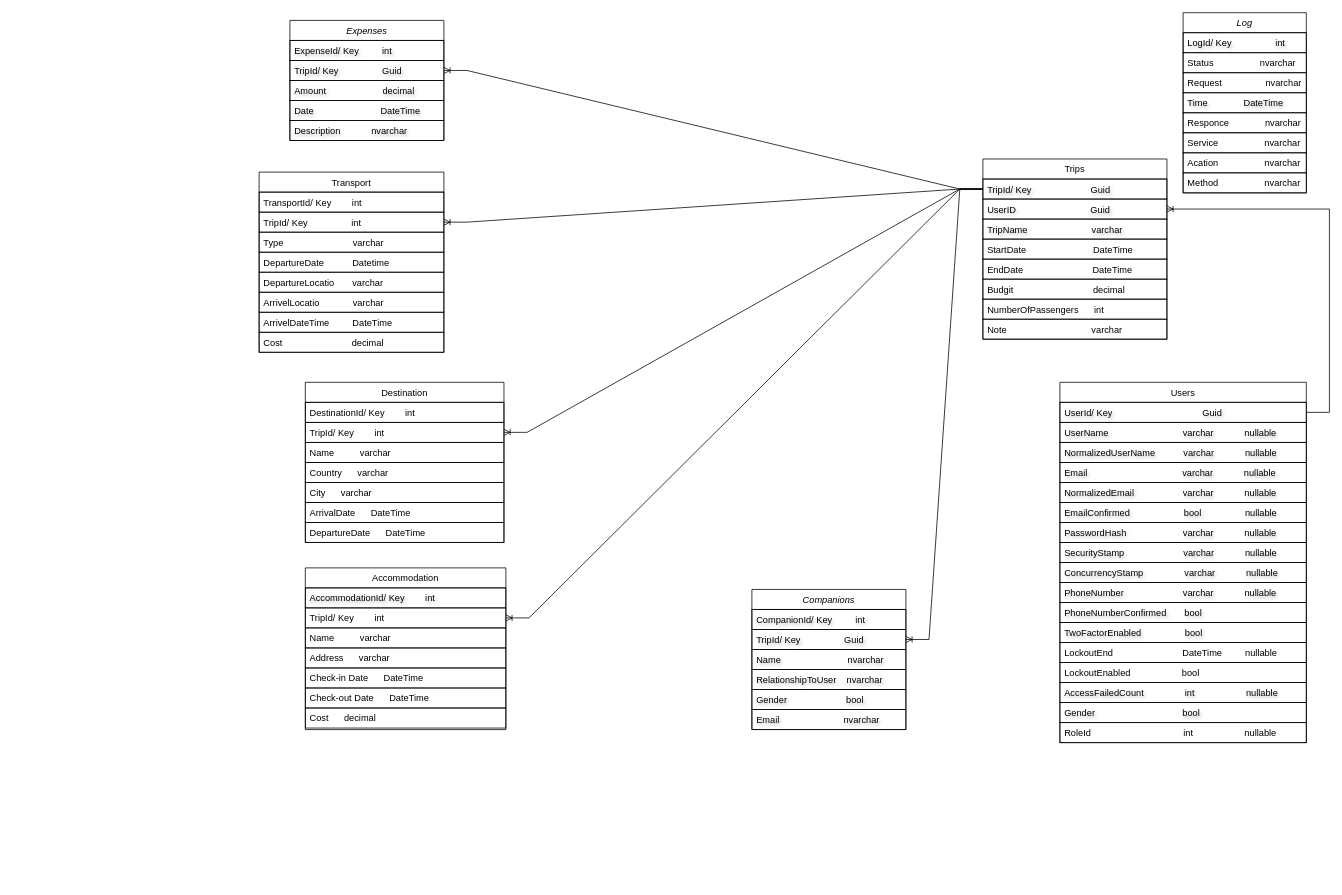
Before: ERD_FlightHelper.drawio in EthAlenazi/Flight_Helper, a draw.io diagram. Source tidied: cells renumbered, new cells numbered last; positions are measured from the earlier drawing's top-left corner, leaving out a move shared by most shapes. Both pictures are drawn from the tidied source at 77%, with x=0, y=0 at pixel (259, 12).
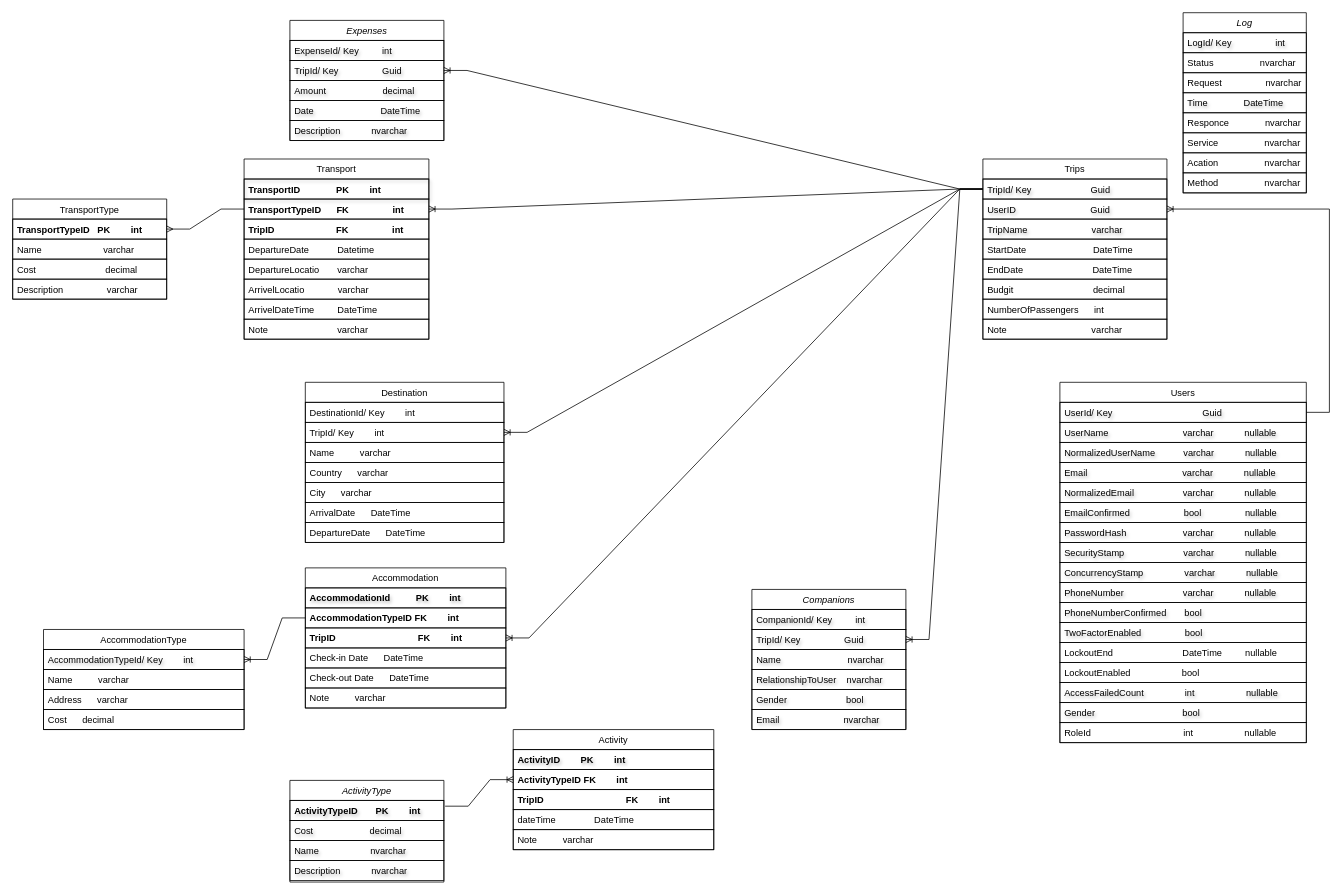
The same diagram, later.

Change to the diagram source:
```diff
@@
     <mxCell id="46" value="Accommodation" style="swimlane;fontStyle=0;align=center;verticalAlign=top;horizontal=1;startSize=26;rounded=0;shadow=0;strokeWidth=1;" parent="1" vertex="1">
-      <mxGeometry x="60" y="721" width="260.5" height="210" as="geometry" />
+      <mxGeometry x="60" y="721" width="260.5" height="182" as="geometry" />
     </mxCell>
-    <mxCell id="47" value="AccommodationId/ Key        int" style="text;align=left;verticalAlign=top;spacingLeft=4;spacingRight=4;overflow=hidden;strokeColor=default;textShadow=1;" parent="46" vertex="1">
+    <mxCell id="47" value="AccommodationId          PK        int" style="text;align=left;verticalAlign=top;spacingLeft=4;spacingRight=4;overflow=hidden;strokeColor=default;textShadow=1;fontStyle=1;" parent="46" vertex="1">
       <mxGeometry y="26" width="260.5" height="26" as="geometry" />
     </mxCell>
+    <mxCell id="82" value="AccommodationTypeID FK        int" style="text;align=left;verticalAlign=top;spacingLeft=4;spacingRight=4;overflow=hidden;points=[[0,0.5],[1,0.5]];portConstraint=eastwest;strokeColor=default;fontStyle=1;" parent="46" vertex="1">
+      <mxGeometry y="52" width="260.5" height="26" as="geometry" />
+    </mxCell>
-    <mxCell id="48" value="TripId/ Key        int" style="text;align=left;verticalAlign=top;spacingLeft=4;spacingRight=4;overflow=hidden;points=[[0,0.5],[1,0.5]];portConstraint=eastwest;strokeColor=default;" parent="46" vertex="1">
-      <mxGeometry y="52" width="260.5" height="26" as="geometry" />
+    <mxCell id="48" value="TripID                                FK        int" style="text;align=left;verticalAlign=top;spacingLeft=4;spacingRight=4;overflow=hidden;points=[[0,0.5],[1,0.5]];portConstraint=eastwest;strokeColor=default;fontStyle=1;" parent="46" vertex="1">
+      <mxGeometry y="78" width="260.5" height="26" as="geometry" />
     </mxCell>
-    <mxCell id="49" value="Name          varchar" style="text;align=left;verticalAlign=top;spacingLeft=4;spacingRight=4;overflow=hidden;strokeColor=default;" parent="46" vertex="1">
-      <mxGeometry y="78" width="260.5" height="26" as="geometry" />
-    </mxCell>
-    <mxCell id="50" value="Address      varchar" style="text;align=left;verticalAlign=top;spacingLeft=4;spacingRight=4;overflow=hidden;strokeColor=default;" parent="46" vertex="1">
-      <mxGeometry y="104" width="260.5" height="26" as="geometry" />
-    </mxCell>
     <mxCell id="51" value="Check-in Date      DateTime" style="text;align=left;verticalAlign=top;spacingLeft=4;spacingRight=4;overflow=hidden;strokeColor=default;" parent="46" vertex="1">
-      <mxGeometry y="130" width="260.5" height="26" as="geometry" />
+      <mxGeometry y="104" width="260.5" height="26" as="geometry" />
     </mxCell>
     <mxCell id="52" value="Check-out Date      DateTime" style="text;align=left;verticalAlign=top;spacingLeft=4;spacingRight=4;overflow=hidden;strokeColor=default;" parent="46" vertex="1">
-      <mxGeometry y="156" width="260.5" height="26" as="geometry" />
+      <mxGeometry y="130" width="260.5" height="26" as="geometry" />
     </mxCell>
-    <mxCell id="53" value="Cost      decimal" style="text;align=left;verticalAlign=top;spacingLeft=4;spacingRight=4;overflow=hidden;strokeColor=default;" parent="46" vertex="1">
-      <mxGeometry y="182" width="260.5" height="26" as="geometry" />
-    </mxCell>
+    <mxCell id="49" value="Note          varchar" style="text;align=left;verticalAlign=top;spacingLeft=4;spacingRight=4;overflow=hidden;strokeColor=default;" parent="46" vertex="1">
+      <mxGeometry y="156" width="260.5" height="26" as="geometry" />
+    </mxCell>
     <mxCell id="54" value="Transport" style="swimlane;fontStyle=0;align=center;verticalAlign=top;horizontal=1;startSize=26;rounded=0;shadow=0;strokeWidth=1;" parent="1" vertex="1">
-      <mxGeometry y="207" width="240" height="234" as="geometry" />
+      <mxGeometry x="-19.5" y="190" width="240" height="234" as="geometry" />
     </mxCell>
-    <mxCell id="55" value="TransportId/ Key        int" style="text;align=left;verticalAlign=top;spacingLeft=4;spacingRight=4;overflow=hidden;strokeColor=default;" parent="54" vertex="1">
+    <mxCell id="55" value="TransportID              PK        int" style="text;align=left;verticalAlign=top;spacingLeft=4;spacingRight=4;overflow=hidden;strokeColor=default;fontStyle=1;shadow=1;" parent="54" vertex="1">
       <mxGeometry y="26" width="240" height="26" as="geometry" />
     </mxCell>
-    <mxCell id="56" value="TripId/ Key                 int" style="text;align=left;verticalAlign=top;spacingLeft=4;spacingRight=4;overflow=hidden;points=[[0,0.5],[1,0.5]];portConstraint=eastwest;strokeColor=default;" parent="54" vertex="1">
+    <mxCell id="56" value="TransportTypeID      FK                 int" style="text;align=left;verticalAlign=top;spacingLeft=4;spacingRight=4;overflow=hidden;points=[[0,0.5],[1,0.5]];portConstraint=eastwest;strokeColor=default;fontStyle=1;" parent="54" vertex="1">
       <mxGeometry y="52" width="240" height="26" as="geometry" />
     </mxCell>
-    <mxCell id="57" value="Type                           varchar" style="text;align=left;verticalAlign=top;spacingLeft=4;spacingRight=4;overflow=hidden;strokeColor=default;" parent="54" vertex="1">
-      <mxGeometry y="78" width="240" height="26" as="geometry" />
-    </mxCell>
+    <mxCell id="83" value="TripID                        FK                 int" style="text;align=left;verticalAlign=top;spacingLeft=4;spacingRight=4;overflow=hidden;strokeColor=default;fontStyle=1;" parent="54" vertex="1">
+      <mxGeometry y="78" width="240" height="26" as="geometry" />
+    </mxCell>
@@
-    <mxCell id="62" value="Cost                           decimal" style="text;align=left;verticalAlign=top;spacingLeft=4;spacingRight=4;overflow=hidden;strokeColor=default;" parent="54" vertex="1">
-      <mxGeometry y="208" width="240" height="26" as="geometry" />
-    </mxCell>
+    <mxCell id="84" value="Note                           varchar" style="text;align=left;verticalAlign=top;spacingLeft=4;spacingRight=4;overflow=hidden;strokeColor=default;" parent="54" vertex="1">
+      <mxGeometry y="208" width="240" height="26" as="geometry" />
+    </mxCell>
@@
+    <mxCell id="85" value="AccommodationType" style="swimlane;fontStyle=0;align=center;verticalAlign=top;horizontal=1;startSize=26;rounded=0;shadow=0;strokeWidth=1;" parent="1" vertex="1">
+      <mxGeometry x="-280" y="801" width="260.5" height="130" as="geometry" />
+    </mxCell>
+    <mxCell id="86" value="AccommodationTypeId/ Key        int" style="text;align=left;verticalAlign=top;spacingLeft=4;spacingRight=4;overflow=hidden;points=[[0,0.5],[1,0.5]];portConstraint=eastwest;strokeColor=default;textShadow=1;" parent="85" vertex="1">
+      <mxGeometry y="26" width="260.5" height="26" as="geometry" />
+    </mxCell>
+    <mxCell id="87" value="Name          varchar" style="text;align=left;verticalAlign=top;spacingLeft=4;spacingRight=4;overflow=hidden;strokeColor=default;" parent="85" vertex="1">
+      <mxGeometry y="52" width="260.5" height="26" as="geometry" />
+    </mxCell>
+    <mxCell id="50" value="Address      varchar" style="text;align=left;verticalAlign=top;spacingLeft=4;spacingRight=4;overflow=hidden;strokeColor=default;" parent="85" vertex="1">
+      <mxGeometry y="78" width="260.5" height="26" as="geometry" />
+    </mxCell>
+    <mxCell id="53" value="Cost      decimal" style="text;align=left;verticalAlign=top;spacingLeft=4;spacingRight=4;overflow=hidden;strokeColor=default;" parent="85" vertex="1">
+      <mxGeometry y="104" width="260.5" height="26" as="geometry" />
+    </mxCell>
+    <mxCell id="88" style="edgeStyle=entityRelationEdgeStyle;fontSize=12;html=1;endArrow=ERoneToMany;rounded=0;exitX=0;exitY=0.5;exitDx=0;exitDy=0;" parent="1" edge="1" source="82" target="86">
+      <mxGeometry relative="1" as="geometry">
+        <Array as="points">
+          <mxPoint x="-80" y="800" />
+        </Array>
+      </mxGeometry>
+    </mxCell>
+    <mxCell id="89" value="TransportType" style="swimlane;fontStyle=0;align=center;verticalAlign=top;horizontal=1;startSize=26;rounded=0;shadow=0;strokeWidth=1;" parent="1" vertex="1">
+      <mxGeometry x="-320" y="242" width="200" height="130" as="geometry" />
+    </mxCell>
+    <mxCell id="90" value="TransportTypeID   PK        int" style="text;align=left;verticalAlign=top;spacingLeft=4;spacingRight=4;overflow=hidden;points=[[0,0.5],[1,0.5]];portConstraint=eastwest;strokeColor=default;fontStyle=1;" parent="89" vertex="1">
+      <mxGeometry y="26" width="200" height="26" as="geometry" />
+    </mxCell>
+    <mxCell id="91" value="Name                        varchar" style="text;align=left;verticalAlign=top;spacingLeft=4;spacingRight=4;overflow=hidden;strokeColor=default;" parent="89" vertex="1">
+      <mxGeometry y="52" width="200" height="26" as="geometry" />
+    </mxCell>
+    <mxCell id="62" value="Cost                           decimal" style="text;align=left;verticalAlign=top;spacingLeft=4;spacingRight=4;overflow=hidden;strokeColor=default;" parent="89" vertex="1">
+      <mxGeometry y="78" width="200" height="26" as="geometry" />
+    </mxCell>
+    <mxCell id="92" value="Description                 varchar" style="text;align=left;verticalAlign=top;spacingLeft=4;spacingRight=4;overflow=hidden;strokeColor=default;" parent="89" vertex="1">
+      <mxGeometry y="104" width="200" height="26" as="geometry" />
+    </mxCell>
+    <mxCell id="93" style="edgeStyle=entityRelationEdgeStyle;fontSize=12;html=1;endArrow=ERmany;rounded=0;" parent="1" edge="1" source="56" target="90">
+      <mxGeometry relative="1" as="geometry" />
+    </mxCell>
+    <mxCell id="94" value="ActivityType" style="swimlane;fontStyle=2;align=center;verticalAlign=top;horizontal=1;startSize=26;rounded=0;shadow=0;strokeWidth=1;" parent="1" vertex="1">
+      <mxGeometry x="40" y="997" width="200" height="132" as="geometry" />
+    </mxCell>
+    <mxCell id="95" value="ActivityTypeID       PK        int" style="text;align=left;verticalAlign=top;spacingLeft=4;spacingRight=4;overflow=hidden;points=[[0,0.5],[1,0.5]];portConstraint=eastwest;textShadow=1;strokeColor=default;fontStyle=1;" parent="94" vertex="1">
+      <mxGeometry y="26" width="200" height="26" as="geometry" />
+    </mxCell>
+    <mxCell id="96" value="Cost                      decimal" style="text;align=left;verticalAlign=top;spacingLeft=4;spacingRight=4;overflow=hidden;labelBorderColor=none;textShadow=1;strokeColor=default;" parent="94" vertex="1">
+      <mxGeometry y="52" width="200" height="26" as="geometry" />
+    </mxCell>
+    <mxCell id="97" value="Name                    nvarchar" style="text;align=left;verticalAlign=top;spacingLeft=4;spacingRight=4;overflow=hidden;rounded=0;shadow=0;html=0;textShadow=1;strokeColor=default;" parent="94" vertex="1">
+      <mxGeometry y="78" width="200" height="26" as="geometry" />
+    </mxCell>
+    <mxCell id="98" value="Description            nvarchar" style="text;align=left;verticalAlign=top;spacingLeft=4;spacingRight=4;overflow=hidden;rounded=0;shadow=0;html=0;textShadow=1;strokeColor=default;" parent="94" vertex="1">
+      <mxGeometry y="104" width="200" height="26" as="geometry" />
+    </mxCell>
+    <mxCell id="99" value="Activity" style="swimlane;fontStyle=0;align=center;verticalAlign=top;horizontal=1;startSize=26;rounded=0;shadow=0;strokeWidth=1;" parent="1" vertex="1">
+      <mxGeometry x="330" y="931" width="260.5" height="156" as="geometry" />
+    </mxCell>
+    <mxCell id="100" value="ActivityID        PK        int" style="text;align=left;verticalAlign=top;spacingLeft=4;spacingRight=4;overflow=hidden;strokeColor=default;textShadow=1;fontStyle=1;" parent="99" vertex="1">
+      <mxGeometry y="26" width="260.5" height="26" as="geometry" />
+    </mxCell>
+    <mxCell id="101" value="ActivityTypeID FK        int" style="text;align=left;verticalAlign=top;spacingLeft=4;spacingRight=4;overflow=hidden;points=[[0,0.5],[1,0.5]];portConstraint=eastwest;strokeColor=default;fontStyle=1;" parent="99" vertex="1">
+      <mxGeometry y="52" width="260.5" height="26" as="geometry" />
+    </mxCell>
+    <mxCell id="102" value="TripID                                FK        int" style="text;align=left;verticalAlign=top;spacingLeft=4;spacingRight=4;overflow=hidden;strokeColor=default;fontStyle=1;" parent="99" vertex="1">
+      <mxGeometry y="78" width="260.5" height="26" as="geometry" />
+    </mxCell>
+    <mxCell id="103" value="dateTime               DateTime" style="text;align=left;verticalAlign=top;spacingLeft=4;spacingRight=4;overflow=hidden;strokeColor=default;" parent="99" vertex="1">
+      <mxGeometry y="104" width="260.5" height="26" as="geometry" />
+    </mxCell>
+    <mxCell id="104" value="Note          varchar" style="text;align=left;verticalAlign=top;spacingLeft=4;spacingRight=4;overflow=hidden;strokeColor=default;" parent="99" vertex="1">
+      <mxGeometry y="130" width="260.5" height="26" as="geometry" />
+    </mxCell>
+    <mxCell id="105" style="edgeStyle=entityRelationEdgeStyle;fontSize=12;html=1;endArrow=ERoneToMany;rounded=0;exitX=1.008;exitY=0.288;exitDx=0;exitDy=0;exitPerimeter=0;" parent="1" edge="1" source="95" target="101">
+      <mxGeometry relative="1" as="geometry" />
+    </mxCell>
```
